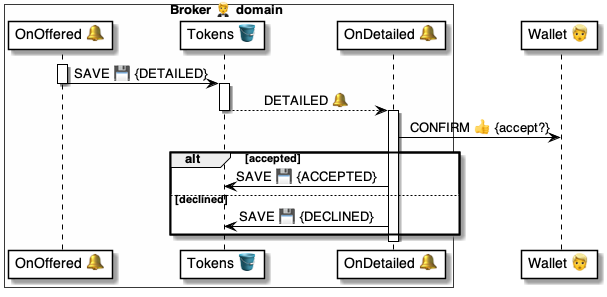
Above: 4 ⚙️ Solution/20 🧑‍🦰 UI/Brokers 🤵/🤵🪣 Broker tables/Tokens 🎫 table/🪣🔔 2 Detailed/🤵 OnTokenDetailed ⚙️ uml.png in pollyweb-org/pollyweb-docs (PlantUML), before the change. Its source is kept beside it as 4 ⚙️ Solution/20 🧑‍🦰 UI/Brokers 🤵/🤵🪣 Broker tables/Tokens 🎫 table/🪣🔔 2 Detailed/🤵 OnTokenDetailed ⚙️ uml.puml. Source of this version:
```plantuml
@startuml OnTokenDetailed


box Broker 🤵 domain #FFFFFA
    participant "OnOffered 🔔" as script
    participant "Tokens 🪣" as table
    participant "OnDetailed 🔔" as handler
end box
participant "Wallet 👱" as wallet


activate script
    script -> table: SAVE 💾 {DETAILED}
deactivate script

activate table
    table --> handler: DETAILED 🔔
deactivate table

activate handler
    handler -> wallet: CONFIRM 👍 {accept?}
    alt accepted
        handler -> table: SAVE 💾 {ACCEPTED}
    else declined
        handler -> table: SAVE 💾 {DECLINED}
    end
deactivate handler

@enduml
```
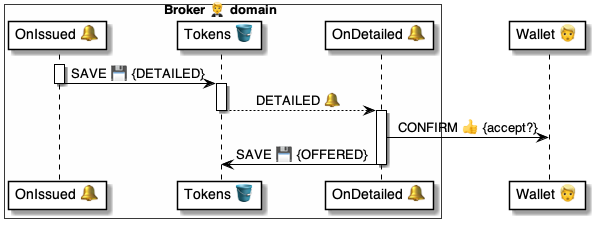
Above is the later version.

The edit, as a diff of the source:
```diff
@@ -2,7 +2,7 @@
 
 
 box Broker 🤵 domain #FFFFFA
-    participant "OnOffered 🔔" as script
+    participant "OnIssued 🔔" as script
     participant "Tokens 🪣" as table
     participant "OnDetailed 🔔" as handler
 end box
@@ -19,11 +19,7 @@
 
 activate handler
     handler -> wallet: CONFIRM 👍 {accept?}
-    alt accepted
-        handler -> table: SAVE 💾 {ACCEPTED}
-    else declined
-        handler -> table: SAVE 💾 {DECLINED}
-    end
+    handler -> table: SAVE 💾 {OFFERED}
 deactivate handler
 
 @enduml
```
